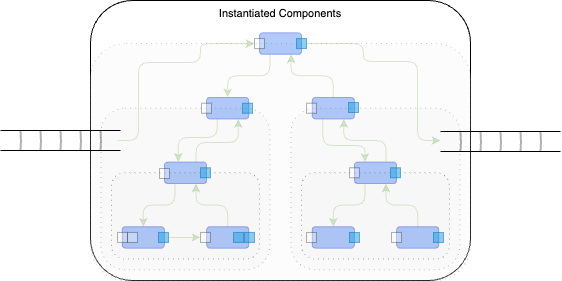
The draw.io diagram helloworld0d/doc/Towards DPLs-5. Run.drawio.png in guitarvydas/onward, before a commit. Source tidied: cells renumbered, new cells last; positions are measured from the earlier drawing's top-left corner, leaving out a move shared by most shapes.
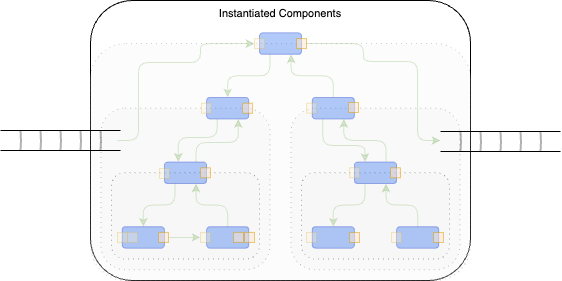
After the change.

What changed in the source:
```diff
@@ -89,67 +89,67 @@
     <mxCell id="25" style="rounded=1;whiteSpace=wrap;html=1;fillColor=#0050ef;fontColor=#ffffff;strokeColor=#001DBC;opacity=30;" parent="2" vertex="1">
       <mxGeometry x="306.1" y="226.2" width="42.2" height="21.5" as="geometry" />
     </mxCell>
-    <mxCell id="26" style="rounded=1;whiteSpace=wrap;html=1;fontFamily=Helvetica;fontSize=11;labelBackgroundColor=default;opacity=30;arcSize=0;" parent="2" vertex="1">
+    <mxCell id="26" style="rounded=1;whiteSpace=wrap;html=1;fontFamily=Helvetica;fontSize=11;labelBackgroundColor=default;opacity=30;arcSize=0;fillColor=#fff2cc;strokeColor=#d6b656;" parent="2" vertex="1">
       <mxGeometry x="27" y="231.9" width="10" height="10" as="geometry" />
     </mxCell>
-    <mxCell id="27" style="rounded=1;whiteSpace=wrap;html=1;fontFamily=Helvetica;fontSize=11;labelBackgroundColor=default;opacity=30;arcSize=0;" parent="2" vertex="1">
+    <mxCell id="27" style="rounded=1;whiteSpace=wrap;html=1;fontFamily=Helvetica;fontSize=11;labelBackgroundColor=default;opacity=30;arcSize=0;fillColor=#fff2cc;strokeColor=#d6b656;" parent="2" vertex="1">
       <mxGeometry x="37" y="231.9" width="10" height="10" as="geometry" />
     </mxCell>
-    <mxCell id="28" style="rounded=1;whiteSpace=wrap;html=1;fontFamily=Helvetica;fontSize=11;labelBackgroundColor=default;opacity=30;arcSize=0;" parent="2" vertex="1">
+    <mxCell id="28" style="rounded=1;whiteSpace=wrap;html=1;fontFamily=Helvetica;fontSize=11;labelBackgroundColor=default;opacity=30;arcSize=0;fillColor=#fff2cc;strokeColor=#d6b656;" parent="2" vertex="1">
       <mxGeometry x="110" y="231.9" width="10" height="10" as="geometry" />
     </mxCell>
     <mxCell id="29" style="edgeStyle=orthogonalEdgeStyle;curved=0;rounded=1;jettySize=auto;html=1;exitX=1;exitY=0.5;exitDx=0;exitDy=0;strokeColor=#82b366;align=center;verticalAlign=middle;fontFamily=Helvetica;fontSize=11;fontColor=default;labelBackgroundColor=default;endArrow=classic;entryX=0;entryY=0.5;entryDx=0;entryDy=0;opacity=30;fillColor=#d5e8d4;" parent="2" edge="1" source="30" target="28">
       <mxGeometry relative="1" as="geometry" />
     </mxCell>
-    <mxCell id="30" style="rounded=1;whiteSpace=wrap;html=1;fontFamily=Helvetica;fontSize=11;labelBackgroundColor=default;fillColor=#1ba1e2;strokeColor=#006EAF;opacity=50;arcSize=0;fontColor=#ffffff;" parent="2" vertex="1">
+    <mxCell id="30" style="rounded=1;whiteSpace=wrap;html=1;fontFamily=Helvetica;fontSize=11;labelBackgroundColor=default;fillColor=#ffe6cc;strokeColor=#d79b00;opacity=50;arcSize=0;" parent="2" vertex="1">
       <mxGeometry x="68" y="231.9" width="10" height="10" as="geometry" />
     </mxCell>
-    <mxCell id="31" style="rounded=1;whiteSpace=wrap;html=1;fontFamily=Helvetica;fontSize=11;labelBackgroundColor=default;fillColor=#1ba1e2;strokeColor=#006EAF;opacity=50;arcSize=0;fontColor=#ffffff;" parent="2" vertex="1">
+    <mxCell id="31" style="rounded=1;whiteSpace=wrap;html=1;fontFamily=Helvetica;fontSize=11;labelBackgroundColor=default;fillColor=#ffe6cc;strokeColor=#d79b00;opacity=50;arcSize=0;" parent="2" vertex="1">
       <mxGeometry x="143" y="231.9" width="10" height="10" as="geometry" />
     </mxCell>
-    <mxCell id="32" style="rounded=1;whiteSpace=wrap;html=1;fontFamily=Helvetica;fontSize=11;labelBackgroundColor=default;fillColor=#1ba1e2;strokeColor=#006EAF;opacity=50;arcSize=0;fontColor=#ffffff;" parent="2" vertex="1">
+    <mxCell id="32" style="rounded=1;whiteSpace=wrap;html=1;fontFamily=Helvetica;fontSize=11;labelBackgroundColor=default;fillColor=#ffe6cc;strokeColor=#d79b00;opacity=50;arcSize=0;" parent="2" vertex="1">
       <mxGeometry x="154" y="231.9" width="10" height="10" as="geometry" />
     </mxCell>
-    <mxCell id="33" style="rounded=1;whiteSpace=wrap;html=1;fontFamily=Helvetica;fontSize=11;labelBackgroundColor=default;fillColor=#1ba1e2;strokeColor=#006EAF;opacity=50;arcSize=0;fontColor=#ffffff;" parent="2" vertex="1">
+    <mxCell id="33" style="rounded=1;whiteSpace=wrap;html=1;fontFamily=Helvetica;fontSize=11;labelBackgroundColor=default;fillColor=#ffe6cc;strokeColor=#d79b00;opacity=50;arcSize=0;" parent="2" vertex="1">
       <mxGeometry x="110" y="167.3" width="10" height="10" as="geometry" />
     </mxCell>
-    <mxCell id="34" style="rounded=1;whiteSpace=wrap;html=1;fontFamily=Helvetica;fontSize=11;labelBackgroundColor=default;fillColor=#1ba1e2;strokeColor=#006EAF;opacity=50;arcSize=0;fontColor=#ffffff;" parent="2" vertex="1">
+    <mxCell id="34" style="rounded=1;whiteSpace=wrap;html=1;fontFamily=Helvetica;fontSize=11;labelBackgroundColor=default;fillColor=#ffe6cc;strokeColor=#d79b00;opacity=50;arcSize=0;" parent="2" vertex="1">
       <mxGeometry x="152" y="102.7" width="10" height="10" as="geometry" />
     </mxCell>
-    <mxCell id="35" style="rounded=1;whiteSpace=wrap;html=1;fontFamily=Helvetica;fontSize=11;labelBackgroundColor=default;fillColor=#1ba1e2;strokeColor=#006EAF;opacity=50;arcSize=0;fontColor=#ffffff;" parent="2" vertex="1">
+    <mxCell id="35" style="rounded=1;whiteSpace=wrap;html=1;fontFamily=Helvetica;fontSize=11;labelBackgroundColor=default;fillColor=#ffe6cc;strokeColor=#d79b00;opacity=50;arcSize=0;" parent="2" vertex="1">
       <mxGeometry x="258" y="102" width="10" height="10" as="geometry" />
     </mxCell>
-    <mxCell id="36" style="rounded=1;whiteSpace=wrap;html=1;fontFamily=Helvetica;fontSize=11;labelBackgroundColor=default;fillColor=#1ba1e2;strokeColor=#006EAF;opacity=50;arcSize=0;fontColor=#ffffff;" parent="2" vertex="1">
+    <mxCell id="36" style="rounded=1;whiteSpace=wrap;html=1;fontFamily=Helvetica;fontSize=11;labelBackgroundColor=default;fillColor=#ffe6cc;strokeColor=#d79b00;opacity=50;arcSize=0;" parent="2" vertex="1">
       <mxGeometry x="300" y="167.3" width="10" height="10" as="geometry" />
     </mxCell>
-    <mxCell id="37" style="rounded=1;whiteSpace=wrap;html=1;fontFamily=Helvetica;fontSize=11;labelBackgroundColor=default;fillColor=#1ba1e2;strokeColor=#006EAF;opacity=50;arcSize=0;fontColor=#ffffff;" parent="2" vertex="1">
+    <mxCell id="37" style="rounded=1;whiteSpace=wrap;html=1;fontFamily=Helvetica;fontSize=11;labelBackgroundColor=default;fillColor=#ffe6cc;strokeColor=#d79b00;opacity=50;arcSize=0;" parent="2" vertex="1">
       <mxGeometry x="259" y="232" width="10" height="10" as="geometry" />
     </mxCell>
-    <mxCell id="38" style="rounded=1;whiteSpace=wrap;html=1;fontFamily=Helvetica;fontSize=11;labelBackgroundColor=default;fillColor=#1ba1e2;strokeColor=#006EAF;opacity=50;arcSize=0;fontColor=#ffffff;" parent="2" vertex="1">
+    <mxCell id="38" style="rounded=1;whiteSpace=wrap;html=1;fontFamily=Helvetica;fontSize=11;labelBackgroundColor=default;fillColor=#ffe6cc;strokeColor=#d79b00;opacity=50;arcSize=0;" parent="2" vertex="1">
       <mxGeometry x="343" y="232" width="10" height="10" as="geometry" />
     </mxCell>
-    <mxCell id="39" style="rounded=1;whiteSpace=wrap;html=1;fontFamily=Helvetica;fontSize=11;labelBackgroundColor=default;fillColor=#1ba1e2;strokeColor=#006EAF;opacity=50;arcSize=0;fontColor=#ffffff;" parent="2" vertex="1">
+    <mxCell id="39" style="rounded=1;whiteSpace=wrap;html=1;fontFamily=Helvetica;fontSize=11;labelBackgroundColor=default;fillColor=#ffe6cc;strokeColor=#d79b00;opacity=50;arcSize=0;" parent="2" vertex="1">
       <mxGeometry x="206" y="38.1" width="10" height="10" as="geometry" />
     </mxCell>
-    <mxCell id="40" style="rounded=1;whiteSpace=wrap;html=1;fontFamily=Helvetica;fontSize=11;labelBackgroundColor=default;opacity=30;arcSize=0;" parent="2" vertex="1">
+    <mxCell id="40" style="rounded=1;whiteSpace=wrap;html=1;fontFamily=Helvetica;fontSize=11;labelBackgroundColor=default;opacity=30;arcSize=0;fillColor=#fff2cc;strokeColor=#d6b656;" parent="2" vertex="1">
       <mxGeometry x="69" y="168" width="10" height="10" as="geometry" />
     </mxCell>
-    <mxCell id="41" style="rounded=1;whiteSpace=wrap;html=1;fontFamily=Helvetica;fontSize=11;labelBackgroundColor=default;opacity=30;arcSize=0;" parent="2" vertex="1">
+    <mxCell id="41" style="rounded=1;whiteSpace=wrap;html=1;fontFamily=Helvetica;fontSize=11;labelBackgroundColor=default;opacity=30;arcSize=0;fillColor=#fff2cc;strokeColor=#d6b656;" parent="2" vertex="1">
       <mxGeometry x="111" y="102.7" width="10" height="10" as="geometry" />
     </mxCell>
-    <mxCell id="42" style="rounded=1;whiteSpace=wrap;html=1;fontFamily=Helvetica;fontSize=11;labelBackgroundColor=default;opacity=30;arcSize=0;" parent="2" vertex="1">
+    <mxCell id="42" style="rounded=1;whiteSpace=wrap;html=1;fontFamily=Helvetica;fontSize=11;labelBackgroundColor=default;opacity=30;arcSize=0;fillColor=#fff2cc;strokeColor=#d6b656;" parent="2" vertex="1">
       <mxGeometry x="164" y="38.1" width="10" height="10" as="geometry" />
     </mxCell>
-    <mxCell id="43" style="rounded=1;whiteSpace=wrap;html=1;fontFamily=Helvetica;fontSize=11;labelBackgroundColor=default;opacity=30;arcSize=0;" parent="2" vertex="1">
+    <mxCell id="43" style="rounded=1;whiteSpace=wrap;html=1;fontFamily=Helvetica;fontSize=11;labelBackgroundColor=default;opacity=30;arcSize=0;fillColor=#fff2cc;strokeColor=#d6b656;" parent="2" vertex="1">
       <mxGeometry x="216" y="102.7" width="10" height="10" as="geometry" />
     </mxCell>
-    <mxCell id="44" style="rounded=1;whiteSpace=wrap;html=1;fontFamily=Helvetica;fontSize=11;labelBackgroundColor=default;opacity=30;arcSize=0;" parent="2" vertex="1">
+    <mxCell id="44" style="rounded=1;whiteSpace=wrap;html=1;fontFamily=Helvetica;fontSize=11;labelBackgroundColor=default;opacity=30;arcSize=0;fillColor=#fff2cc;strokeColor=#d6b656;" parent="2" vertex="1">
       <mxGeometry x="259" y="167.3" width="10" height="10" as="geometry" />
     </mxCell>
-    <mxCell id="45" style="rounded=1;whiteSpace=wrap;html=1;fontFamily=Helvetica;fontSize=11;labelBackgroundColor=default;opacity=30;arcSize=0;" parent="2" vertex="1">
+    <mxCell id="45" style="rounded=1;whiteSpace=wrap;html=1;fontFamily=Helvetica;fontSize=11;labelBackgroundColor=default;opacity=30;arcSize=0;fillColor=#fff2cc;strokeColor=#d6b656;" parent="2" vertex="1">
       <mxGeometry x="216" y="232" width="10" height="10" as="geometry" />
     </mxCell>
-    <mxCell id="46" style="rounded=1;whiteSpace=wrap;html=1;fontFamily=Helvetica;fontSize=11;labelBackgroundColor=default;opacity=30;arcSize=0;" parent="2" vertex="1">
+    <mxCell id="46" style="rounded=1;whiteSpace=wrap;html=1;fontFamily=Helvetica;fontSize=11;labelBackgroundColor=default;opacity=30;arcSize=0;fillColor=#fff2cc;strokeColor=#d6b656;" parent="2" vertex="1">
       <mxGeometry x="301" y="231.9" width="10" height="10" as="geometry" />
     </mxCell>
     <mxCell id="47" style="edgeStyle=orthogonalEdgeStyle;curved=0;rounded=1;jettySize=auto;html=1;exitX=0.75;exitY=0;exitDx=0;exitDy=0;entryX=0.75;entryY=1;entryDx=0;entryDy=0;strokeColor=#82b366;align=center;verticalAlign=middle;fontFamily=Helvetica;fontSize=11;fontColor=default;labelBackgroundColor=default;endArrow=classic;opacity=30;fillColor=#d5e8d4;" parent="2" edge="1" source="22" target="14">
```
